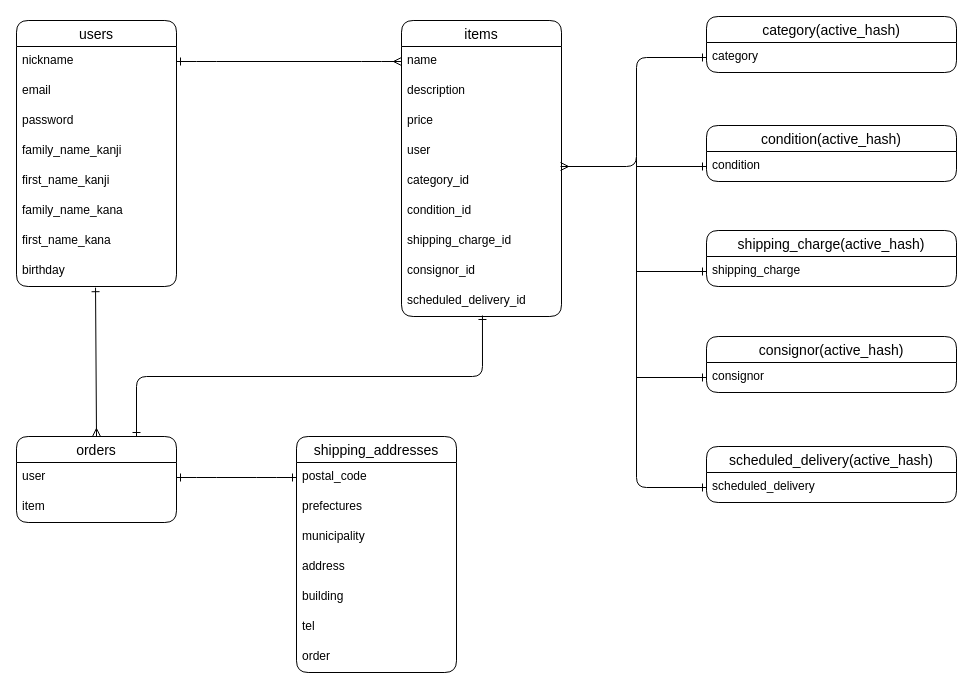
Above: furima37542.dio in piyo106/furima-37542 (draw.io), before the change. Source tidied: cells renumbered, new cells numbered last; positions are measured from the earlier drawing's top-left corner, leaving out a move shared by most shapes. Both pictures are drawn from the tidied source at 100%, with x=0, y=0 at pixel (16, 16).
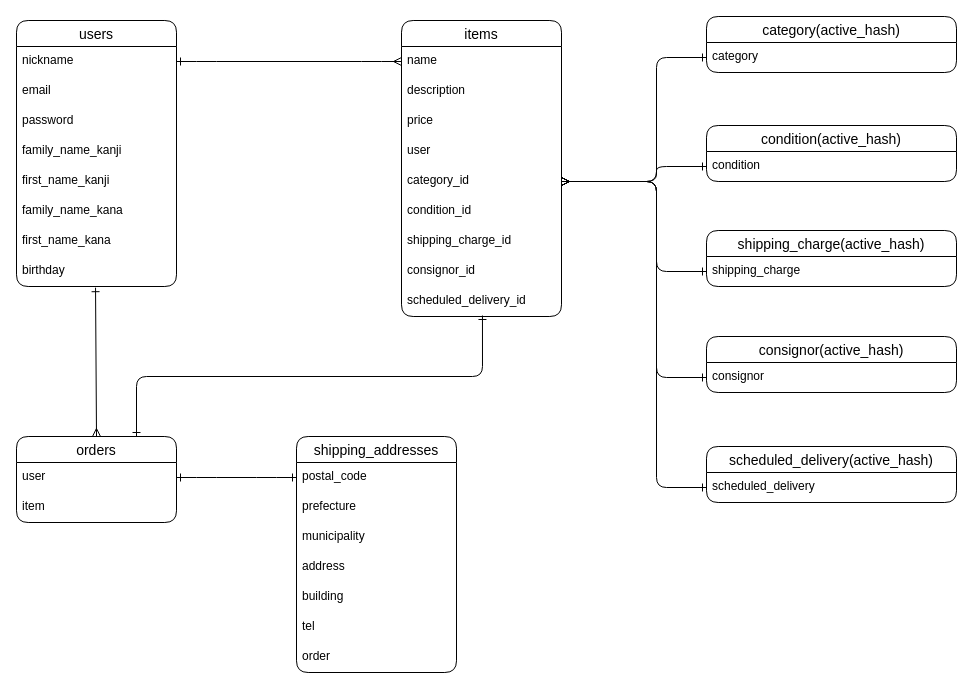
The same page after the edit.

Unchanged cells that the change refers to:
```xml
<mxCell id="7" value="category_id" style="text;strokeColor=none;fillColor=none;spacingLeft=4;spacingRight=4;overflow=hidden;points=[[0,0.5],[1,0.5]];portConstraint=eastwest;fontSize=12;rounded=1;" parent="2" vertex="1">
  <mxGeometry y="146" width="160" height="30" as="geometry" />
</mxCell>
<mxCell id="25" value="shipping_addresses" style="swimlane;fontStyle=0;horizontal=1;startSize=26;align=center;fontSize=14;rounded=1;" parent="1" vertex="1">
  <mxGeometry x="280" y="420" width="160" height="236" as="geometry" />
</mxCell>
<mxCell id="34" value="category" style="text;strokeColor=none;fillColor=none;spacingLeft=4;spacingRight=4;overflow=hidden;points=[[0,0.5],[1,0.5]];portConstraint=eastwest;fontSize=12;rounded=1;" parent="33" vertex="1">
  <mxGeometry y="26" width="250" height="30" as="geometry" />
</mxCell>
<mxCell id="36" value="scheduled_delivery" style="text;strokeColor=none;fillColor=none;spacingLeft=4;spacingRight=4;overflow=hidden;points=[[0,0.5],[1,0.5]];portConstraint=eastwest;fontSize=12;rounded=1;" parent="35" vertex="1">
  <mxGeometry y="26" width="250" height="30" as="geometry" />
</mxCell>
<mxCell id="38" value="consignor" style="text;strokeColor=none;fillColor=none;spacingLeft=4;spacingRight=4;overflow=hidden;points=[[0,0.5],[1,0.5]];portConstraint=eastwest;fontSize=12;rounded=1;" parent="37" vertex="1">
  <mxGeometry y="26" width="250" height="30" as="geometry" />
</mxCell>
<mxCell id="40" value="shipping_charge" style="text;strokeColor=none;fillColor=none;spacingLeft=4;spacingRight=4;overflow=hidden;points=[[0,0.5],[1,0.5]];portConstraint=eastwest;fontSize=12;rounded=1;" parent="39" vertex="1">
  <mxGeometry y="26" width="250" height="30" as="geometry" />
</mxCell>
<mxCell id="42" value="condition" style="text;strokeColor=none;fillColor=none;spacingLeft=4;spacingRight=4;overflow=hidden;points=[[0,0.5],[1,0.5]];portConstraint=eastwest;fontSize=12;rounded=1;" parent="41" vertex="1">
  <mxGeometry y="26" width="250" height="30" as="geometry" />
</mxCell>
```

Change to the diagram source:
```diff
@@
-    <mxCell id="27" value="prefectures" style="text;strokeColor=none;fillColor=none;spacingLeft=4;spacingRight=4;overflow=hidden;fontSize=12;rounded=1;" parent="25" vertex="1">
+    <mxCell id="27" value="prefecture" style="text;strokeColor=none;fillColor=none;spacingLeft=4;spacingRight=4;overflow=hidden;fontSize=12;rounded=1;" parent="25" vertex="1">
       <mxGeometry y="56" width="160" height="30" as="geometry" />
     </mxCell>
@@
-    <mxCell id="46" style="edgeStyle=none;rounded=1;html=1;entryX=0;entryY=0.5;entryDx=0;entryDy=0;startArrow=ERmany;startFill=0;endArrow=ERone;endFill=0;exitX=0.994;exitY=0;exitDx=0;exitDy=0;exitPerimeter=0;" parent="1" edge="1" source="7" target="34">
+    <mxCell id="46" style="edgeStyle=none;rounded=1;html=1;entryX=0;entryY=0.5;entryDx=0;entryDy=0;startArrow=ERmany;startFill=0;endArrow=ERone;endFill=0;exitX=1;exitY=0.5;exitDx=0;exitDy=0;" parent="1" edge="1" source="7" target="34">
       <mxGeometry relative="1" as="geometry">
         <Array as="points">
-          <mxPoint x="620" y="150" />
-          <mxPoint x="620" y="41" />
+          <mxPoint x="640" y="165" />
+          <mxPoint x="640" y="41" />
         </Array>
       </mxGeometry>
     </mxCell>
-    <mxCell id="47" style="endArrow=none;html=1;rounded=1;exitX=0;exitY=0.5;exitDx=0;exitDy=0;endFill=0;startArrow=ERone;startFill=0;" parent="1" edge="1" source="36">
+    <mxCell id="47" style="endArrow=ERmany;html=1;rounded=1;exitX=0;exitY=0.5;exitDx=0;exitDy=0;endFill=0;startArrow=ERone;startFill=0;entryX=1;entryY=0.5;entryDx=0;entryDy=0;" parent="1" edge="1" source="36" target="7">
       <mxGeometry relative="1" as="geometry">
-        <mxPoint x="620" y="140" as="targetPoint" />
         <Array as="points">
-          <mxPoint x="620" y="471" />
+          <mxPoint x="640" y="471" />
+          <mxPoint x="640" y="165" />
         </Array>
       </mxGeometry>
     </mxCell>
-    <mxCell id="48" style="endArrow=ERone;html=1;rounded=1;entryX=0;entryY=0.5;entryDx=0;entryDy=0;startArrow=none;startFill=0;endFill=0;" parent="1" edge="1" target="42">
+    <mxCell id="48" style="endArrow=ERone;html=1;rounded=1;entryX=0;entryY=0.5;entryDx=0;entryDy=0;startArrow=ERmany;startFill=0;endFill=0;exitX=1;exitY=0.5;exitDx=0;exitDy=0;" parent="1" edge="1" source="7" target="42">
       <mxGeometry relative="1" as="geometry">
-        <mxPoint x="620" y="150" as="sourcePoint" />
+        <Array as="points">
+          <mxPoint x="640" y="165" />
+          <mxPoint x="640" y="150" />
+        </Array>
       </mxGeometry>
     </mxCell>
-    <mxCell id="49" style="endArrow=ERone;html=1;rounded=1;entryX=0;entryY=0.5;entryDx=0;entryDy=0;startArrow=none;startFill=0;endFill=0;" parent="1" edge="1" target="40">
+    <mxCell id="49" style="endArrow=ERone;html=1;rounded=1;entryX=0;entryY=0.5;entryDx=0;entryDy=0;startArrow=ERmany;startFill=0;endFill=0;exitX=1;exitY=0.5;exitDx=0;exitDy=0;" parent="1" edge="1" source="7" target="40">
       <mxGeometry relative="1" as="geometry">
-        <mxPoint x="620" y="255" as="sourcePoint" />
+        <Array as="points">
+          <mxPoint x="640" y="165" />
+          <mxPoint x="640" y="255" />
+        </Array>
       </mxGeometry>
     </mxCell>
-    <mxCell id="50" style="endArrow=ERone;html=1;rounded=1;entryX=0;entryY=0.5;entryDx=0;entryDy=0;startArrow=none;startFill=0;endFill=0;" parent="1" edge="1" target="38">
+    <mxCell id="50" style="endArrow=ERone;html=1;rounded=1;entryX=0;entryY=0.5;entryDx=0;entryDy=0;startArrow=ERmany;startFill=0;endFill=0;exitX=1;exitY=0.5;exitDx=0;exitDy=0;" parent="1" edge="1" source="7" target="38">
       <mxGeometry relative="1" as="geometry">
-        <mxPoint x="620" y="361" as="sourcePoint" />
+        <Array as="points">
+          <mxPoint x="640" y="165" />
+          <mxPoint x="640" y="361" />
+        </Array>
       </mxGeometry>
     </mxCell>
```
